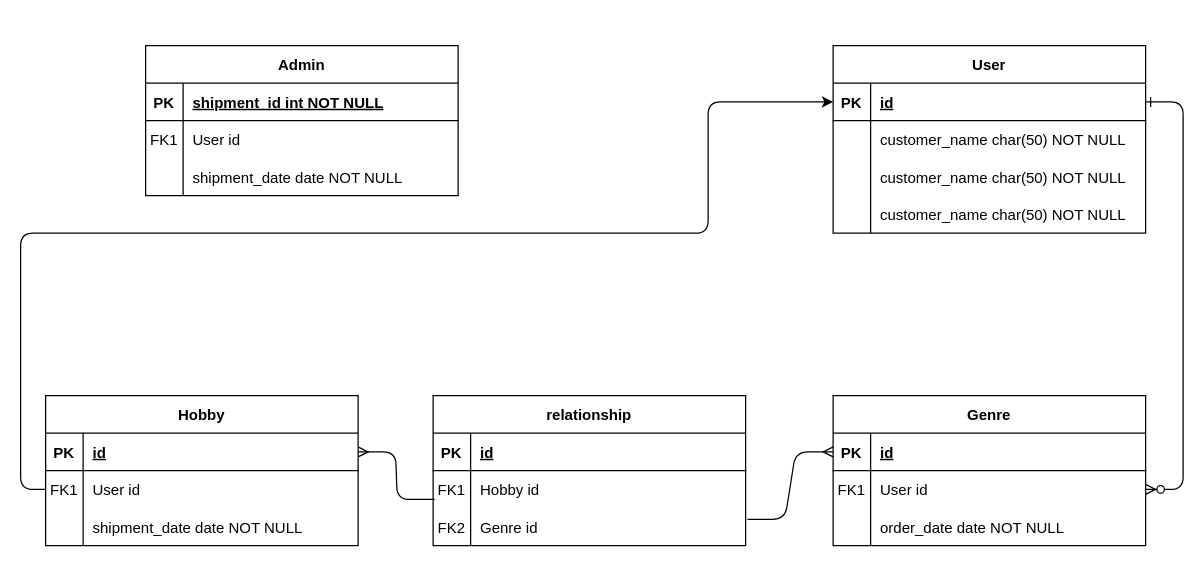
Earlier version of the draw.io diagram 名称未設定ファイル.drawio (emblem333/Portfolio). Source tidied: cells renumbered, new cells numbered last; positions are measured from the earlier drawing's top-left corner, leaving out a move shared by most shapes. Both pictures are drawn from the tidied source at 125%, with x=0, y=0 at pixel (20, 45).
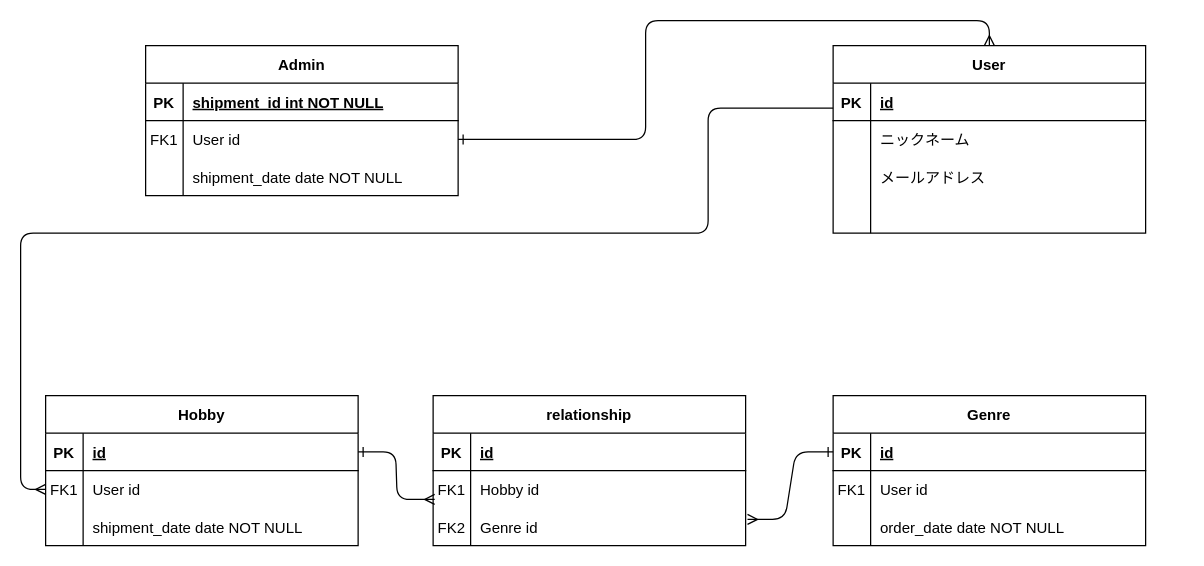
The same page after the edit.

Commit message:
名称未設定ファイル.drawio を更新します

Unchanged cells that the change refers to:
```xml
<mxCell id="5" style="shape=partialRectangle;fillColor=none;points=[[0,0.5],[1,0.5]];portConstraint=eastwest;top=0;left=0;right=0;bottom=1;" parent="4" vertex="1">
  <mxGeometry y="30" width="250" height="30" as="geometry" />
</mxCell>
<mxCell id="8" style="shape=partialRectangle;fillColor=none;points=[[0,0.5],[1,0.5]];portConstraint=eastwest;top=0;left=0;right=0;bottom=0;" parent="4" vertex="1">
  <mxGeometry y="60" width="250" height="30" as="geometry" />
</mxCell>
<mxCell id="15" style="shape=partialRectangle;fillColor=none;points=[[0,0.5],[1,0.5]];portConstraint=eastwest;top=0;left=0;right=0;bottom=1;" parent="14" vertex="1">
  <mxGeometry y="30" width="250" height="30" as="geometry" />
</mxCell>
<mxCell id="18" style="shape=partialRectangle;fillColor=none;points=[[0,0.5],[1,0.5]];portConstraint=eastwest;top=0;left=0;right=0;bottom=0;" parent="14" vertex="1">
  <mxGeometry y="60" width="250" height="30" as="geometry" />
</mxCell>
<mxCell id="24" value="User" style="shape=table;startSize=30;childLayout=tableLayout;rowLines=0;fontStyle=1;align=center;" parent="1" vertex="1">
  <mxGeometry x="650" width="250" height="150" as="geometry" />
</mxCell>
<mxCell id="25" style="shape=partialRectangle;fillColor=none;points=[[0,0.5],[1,0.5]];portConstraint=eastwest;top=0;left=0;right=0;bottom=1;" parent="24" vertex="1">
  <mxGeometry y="30" width="250" height="30" as="geometry" />
</mxCell>
<mxCell id="28" style="shape=partialRectangle;fillColor=none;top=0;left=0;right=0;bottom=0;" parent="24" vertex="1">
  <mxGeometry y="60" width="250" height="30" as="geometry" />
</mxCell>
<mxCell id="31" style="shape=partialRectangle;fillColor=none;top=0;left=0;right=0;bottom=0;" parent="24" vertex="1">
  <mxGeometry y="90" width="250" height="30" as="geometry" />
</mxCell>
<mxCell id="34" style="shape=partialRectangle;fillColor=none;top=0;left=0;right=0;bottom=0;" parent="24" vertex="1">
  <mxGeometry y="120" width="250" height="30" as="geometry" />
</mxCell>
<mxCell id="41" style="shape=partialRectangle;fillColor=none;points=[[0,0.5],[1,0.5]];portConstraint=eastwest;top=0;left=0;right=0;bottom=0;" parent="37" vertex="1">
  <mxGeometry y="60" width="250" height="30" as="geometry" />
</mxCell>
<mxCell id="51" style="shape=partialRectangle;fillColor=none;points=[[0,0.5],[1,0.5]];portConstraint=eastwest;top=0;left=0;right=0;bottom=0;" parent="47" vertex="1">
  <mxGeometry y="60" width="250" height="30" as="geometry" />
</mxCell>
<mxCell id="54" style="shape=partialRectangle;fillColor=none;points=[[0,0.5],[1,0.5]];portConstraint=eastwest;top=0;left=0;right=0;bottom=0;" parent="47" vertex="1">
  <mxGeometry y="90" width="250" height="30" as="geometry" />
</mxCell>
```

The edit, as a diff of the source:
```diff
@@
-    <mxCell id="2" style="edgeStyle=entityRelationEdgeStyle;endArrow=ERzeroToMany;startArrow=ERone;endFill=1;startFill=0;" parent="1" edge="1" source="25" target="8">
-      <mxGeometry relative="1" as="geometry" />
-    </mxCell>
-    <mxCell id="3" style="edgeStyle=entityRelationEdgeStyle;endArrow=none;startArrow=ERmany;endFill=0;startFill=0;entryX=1.006;entryY=0.3;entryDx=0;entryDy=0;entryPerimeter=0;" parent="1" edge="1" source="5" target="54">
+    <mxCell id="3" style="edgeStyle=entityRelationEdgeStyle;endArrow=ERmany;startArrow=ERone;endFill=0;startFill=0;entryX=1.006;entryY=0.3;entryDx=0;entryDy=0;entryPerimeter=0;" parent="1" edge="1" source="5" target="54">
       <mxGeometry relative="1" as="geometry" />
     </mxCell>
@@
-    <mxCell id="30" value="customer_name char(50) NOT NULL" style="shape=partialRectangle;overflow=hidden;fillColor=none;top=0;left=0;bottom=0;right=0;align=left;spacingLeft=6;" parent="28" vertex="1">
+    <mxCell id="30" value="ニックネーム" style="shape=partialRectangle;overflow=hidden;fillColor=none;top=0;left=0;bottom=0;right=0;align=left;spacingLeft=6;" parent="28" vertex="1">
       <mxGeometry x="30" width="220" height="30" as="geometry" />
     </mxCell>
@@
-    <mxCell id="33" value="customer_name char(50) NOT NULL" style="shape=partialRectangle;overflow=hidden;fillColor=none;top=0;left=0;bottom=0;right=0;align=left;spacingLeft=6;" parent="31" vertex="1">
+    <mxCell id="33" value="メールアドレス" style="shape=partialRectangle;overflow=hidden;fillColor=none;top=0;left=0;bottom=0;right=0;align=left;spacingLeft=6;" parent="31" vertex="1">
       <mxGeometry x="30" width="220" height="30" as="geometry" />
     </mxCell>
@@
-    <mxCell id="36" value="customer_name char(50) NOT NULL" style="shape=partialRectangle;overflow=hidden;fillColor=none;top=0;left=0;bottom=0;right=0;align=left;spacingLeft=6;" parent="34" vertex="1">
+    <mxCell id="36" style="shape=partialRectangle;overflow=hidden;fillColor=none;top=0;left=0;bottom=0;right=0;align=left;spacingLeft=6;" parent="34" vertex="1">
       <mxGeometry x="30" width="220" height="30" as="geometry" />
     </mxCell>
@@
-    <mxCell id="57" style="edgeStyle=entityRelationEdgeStyle;rounded=1;jettySize=auto;html=1;entryX=1;entryY=0.5;entryDx=0;entryDy=0;startArrow=none;startFill=0;endArrow=ERmany;endFill=0;exitX=0.005;exitY=0.767;exitDx=0;exitDy=0;exitPerimeter=0;" parent="1" edge="1" source="51" target="15">
+    <mxCell id="57" style="edgeStyle=entityRelationEdgeStyle;rounded=1;jettySize=auto;html=1;entryX=1;entryY=0.5;entryDx=0;entryDy=0;startArrow=ERmany;startFill=0;endArrow=ERone;endFill=0;exitX=0.005;exitY=0.767;exitDx=0;exitDy=0;exitPerimeter=0;" parent="1" edge="1" source="51" target="15">
       <mxGeometry relative="1" as="geometry" />
     </mxCell>
-    <mxCell id="58" style="edgeStyle=orthogonalEdgeStyle;jettySize=auto;html=1;exitX=0;exitY=0.5;exitDx=0;exitDy=0;entryX=0;entryY=0.5;entryDx=0;entryDy=0;rounded=1;" parent="1" edge="1" source="18" target="25">
+    <mxCell id="58" style="edgeStyle=orthogonalEdgeStyle;jettySize=auto;html=1;exitX=0;exitY=0.5;exitDx=0;exitDy=0;rounded=1;endArrow=none;endFill=0;startArrow=ERmany;startFill=0;" parent="1" edge="1" source="18">
       <mxGeometry relative="1" as="geometry">
+        <mxPoint x="650" y="50" as="targetPoint" />
         <Array as="points">
           <mxPoint y="355" />
           <mxPoint y="150" />
           <mxPoint x="550" y="150" />
-          <mxPoint x="550" y="45" />
+          <mxPoint x="550" y="50" />
         </Array>
       </mxGeometry>
     </mxCell>
+    <mxCell id="59" style="edgeStyle=orthogonalEdgeStyle;rounded=1;jettySize=auto;html=1;exitX=0.5;exitY=0;exitDx=0;exitDy=0;entryX=1;entryY=0.5;entryDx=0;entryDy=0;startArrow=ERmany;startFill=0;endArrow=ERone;endFill=0;" parent="1" edge="1" source="24" target="41">
+      <mxGeometry relative="1" as="geometry" />
+    </mxCell>
```
